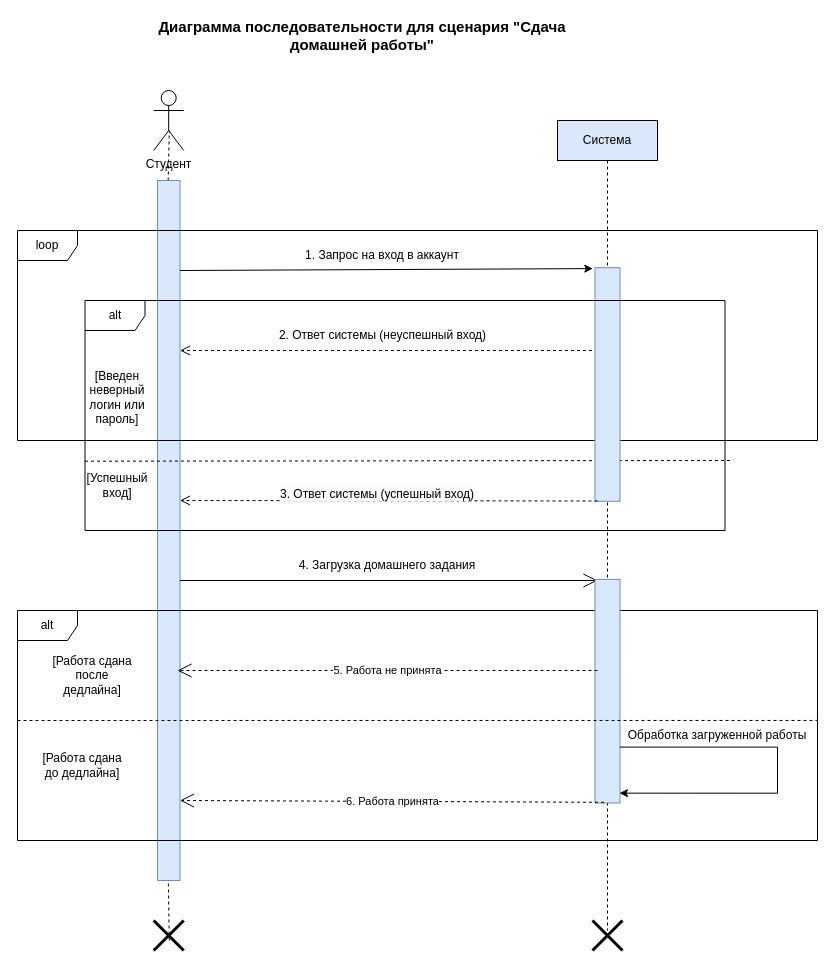
VictorFBI/software-design keeps this draw.io diagram as hw2/Диаграмма без названия.drawio. Above is the earlier version. Source tidied: cells renumbered, new cells numbered last; positions are measured from the earlier drawing's top-left corner, leaving out a move shared by most shapes. Both pictures are drawn from the tidied source at 100%, with x=0, y=0 at pixel (17, 20).
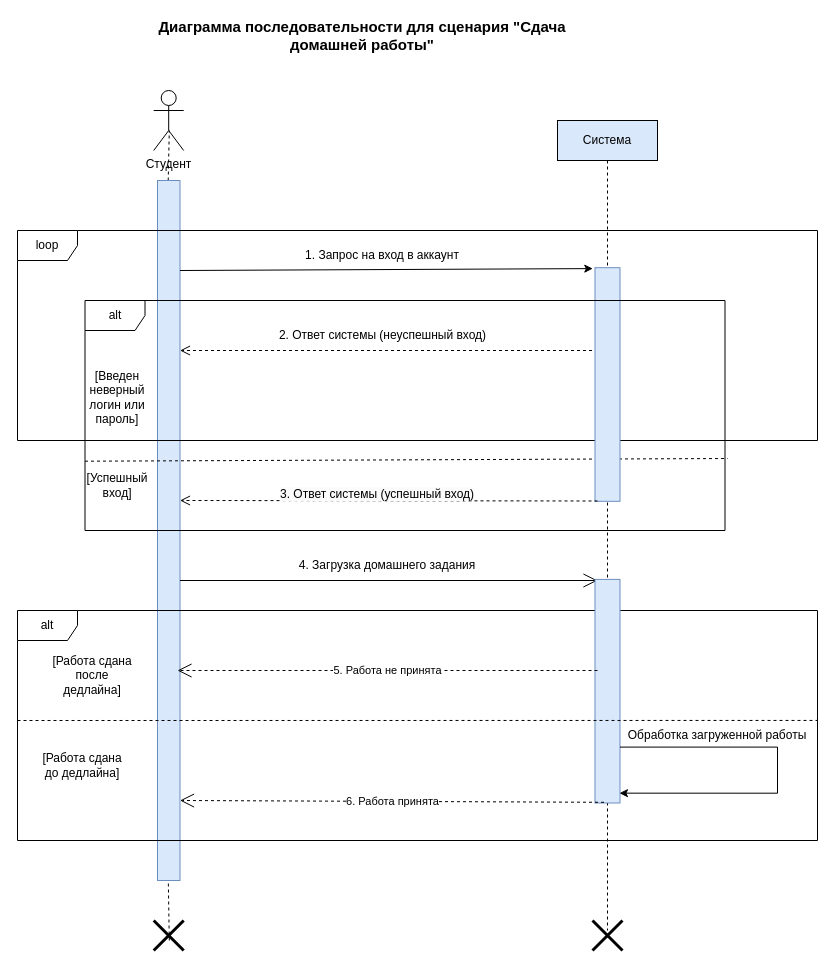
The same diagram, later.

Unchanged cells that the change refers to:
```xml
<mxCell id="16" value="alt" style="shape=umlFrame;whiteSpace=wrap;html=1;" parent="1" vertex="1">
  <mxGeometry x="67.5" y="280" width="640" height="230" as="geometry" />
</mxCell>
```

Diff of the diagram source:
```diff
@@
-    <mxCell id="12" style="endArrow=none;dashed=1;html=1;rounded=0;entryX=1.009;entryY=0.406;entryDx=0;entryDy=0;entryPerimeter=0;exitX=0;exitY=1;exitDx=0;exitDy=0;" parent="1" edge="1">
+    <mxCell id="12" style="endArrow=none;dashed=1;html=1;rounded=0;exitX=0;exitY=1;exitDx=0;exitDy=0;entryX=1.004;entryY=0.687;entryDx=0;entryDy=0;entryPerimeter=0;" parent="1" edge="1" target="16">
       <mxGeometry relative="1" as="geometry">
         <mxPoint x="67.5" y="440.7" as="sourcePoint" />
-        <mxPoint x="713.3" y="440" as="targetPoint" />
       </mxGeometry>
     </mxCell>
```
